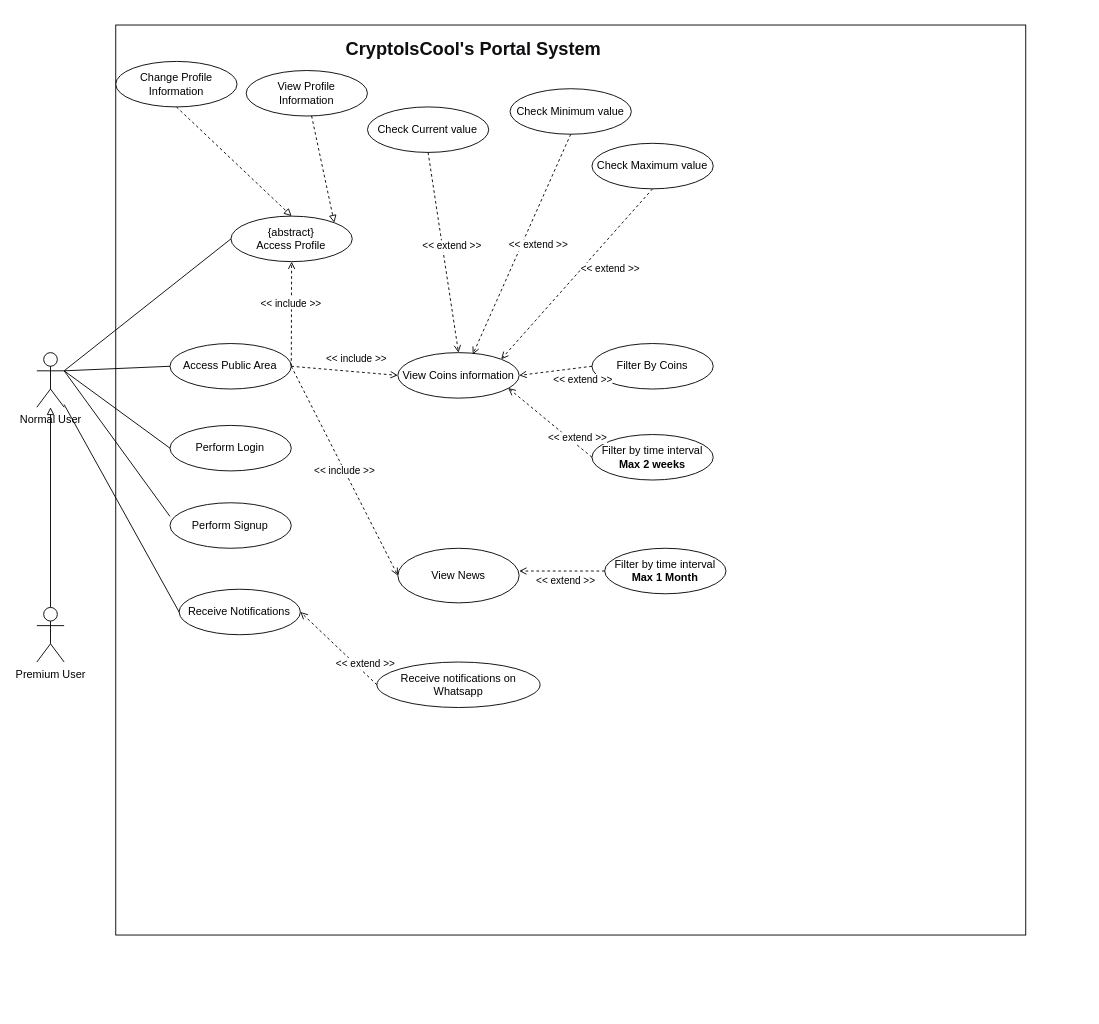
Above: Use_Case.drawio in bgabrielma/ES_Project (draw.io), before the change. Source tidied: cells renumbered, new cells numbered last; positions are measured from the earlier drawing's top-left corner, leaving out a move shared by most shapes. Both pictures are drawn from the tidied source at 91%, with x=0, y=0 at pixel (36, 25).
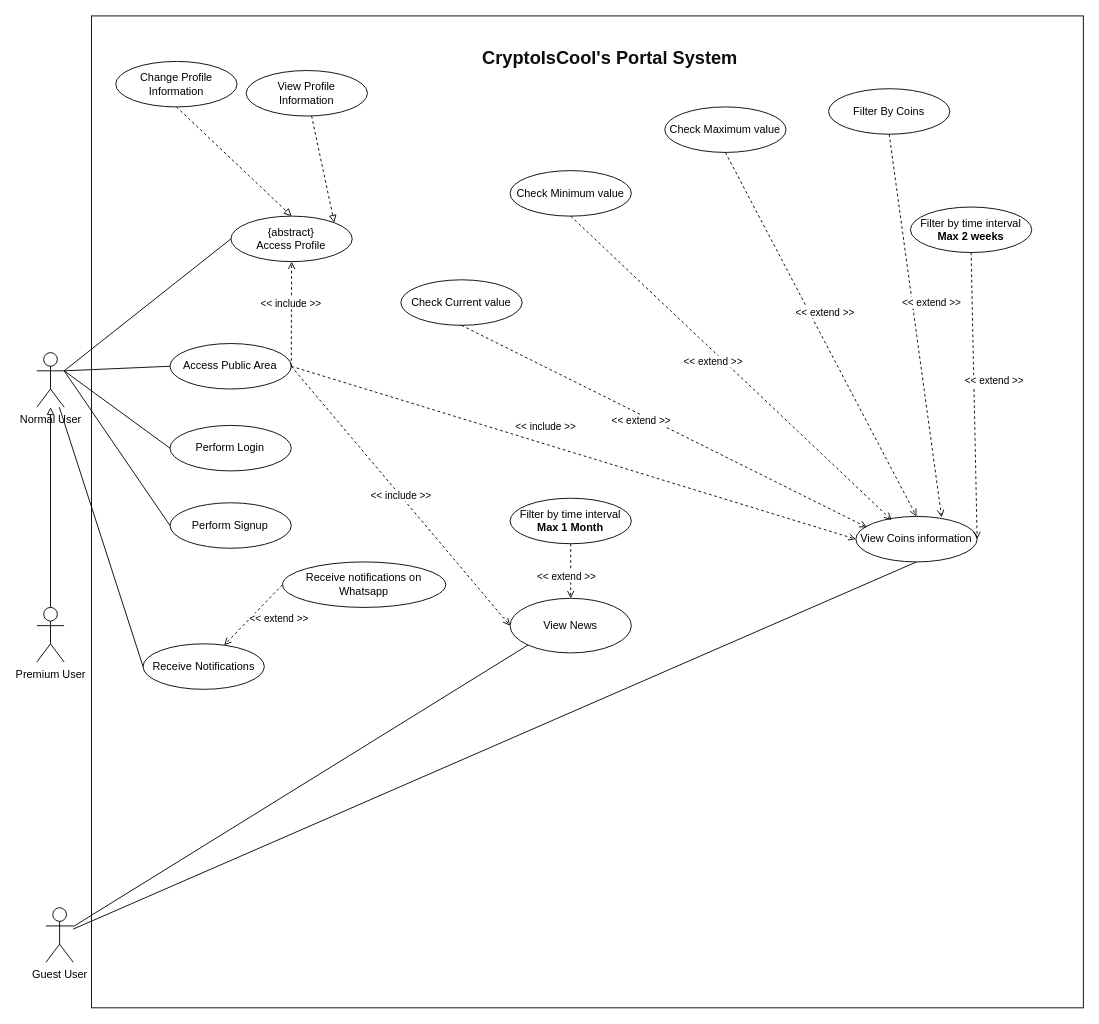
The same diagram, later.

Unchanged cells that the change refers to:
```xml
<mxCell id="3" value="Normal User" style="shape=umlActor;verticalLabelPosition=bottom;verticalAlign=top;html=1;outlineConnect=0;" parent="1" vertex="1">
  <mxGeometry y="360" width="30" height="60" as="geometry" />
</mxCell>
<mxCell id="6" value="Perform Signup" style="ellipse;whiteSpace=wrap;html=1;" parent="1" vertex="1">
  <mxGeometry x="146.3" y="525" width="133.3" height="50" as="geometry" />
</mxCell>
```

The edit, as a diff of the source:
```diff
@@
     <mxCell id="2" style="whiteSpace=wrap;html=1;fillColor=none;" parent="1" vertex="1">
-      <mxGeometry x="86.7" width="1000" height="1000" as="geometry" />
+      <mxGeometry x="60" y="-10" width="1090" height="1090" as="geometry" />
     </mxCell>
@@
     <mxCell id="10" value="View Coins information" style="ellipse;whiteSpace=wrap;html=1;" parent="1" vertex="1">
-      <mxGeometry x="396.7" y="360" width="133.3" height="50" as="geometry" />
+      <mxGeometry x="900" y="540" width="133.3" height="50" as="geometry" />
     </mxCell>
     <mxCell id="11" value="View News" style="ellipse;whiteSpace=wrap;html=1;" parent="1" vertex="1">
-      <mxGeometry x="396.7" y="575" width="133.3" height="60" as="geometry" />
+      <mxGeometry x="520" y="630" width="133.3" height="60" as="geometry" />
     </mxCell>
@@
-    <mxCell id="17" style="endArrow=none;html=1;rounded=0;exitX=1;exitY=0.3333333333333333;exitDx=0;exitDy=0;exitPerimeter=0;entryX=0;entryY=0.3;entryDx=0;entryDy=0;entryPerimeter=0;" parent="1" edge="1" source="3" target="6">
+    <mxCell id="17" style="endArrow=none;html=1;rounded=0;exitX=1;exitY=0.3333333333333333;exitDx=0;exitDy=0;exitPerimeter=0;entryX=0;entryY=0.5;entryDx=0;entryDy=0;" parent="1" edge="1" source="3" target="6">
       <mxGeometry relative="1" as="geometry" />
     </mxCell>
@@
     <mxCell id="20" value="Receive Notifications" style="ellipse;whiteSpace=wrap;html=1;" parent="1" vertex="1">
-      <mxGeometry x="156.3" y="620" width="133.3" height="50" as="geometry" />
+      <mxGeometry x="116.7" y="680" width="133.3" height="50" as="geometry" />
     </mxCell>
@@
     <mxCell id="22" value="Check Current value" style="ellipse;whiteSpace=wrap;html=1;" parent="1" vertex="1">
-      <mxGeometry x="363.3" y="90" width="133.3" height="50" as="geometry" />
+      <mxGeometry x="400" y="280" width="133.3" height="50" as="geometry" />
     </mxCell>
     <mxCell id="23" value="Check Minimum value" style="ellipse;whiteSpace=wrap;html=1;" parent="1" vertex="1">
-      <mxGeometry x="520" y="70" width="133.3" height="50" as="geometry" />
+      <mxGeometry x="520" y="160" width="133.3" height="50" as="geometry" />
     </mxCell>
     <mxCell id="24" value="Check Maximum value" style="ellipse;whiteSpace=wrap;html=1;" parent="1" vertex="1">
-      <mxGeometry x="610" y="130" width="133.3" height="50" as="geometry" />
+      <mxGeometry x="690" y="90" width="133.3" height="50" as="geometry" />
     </mxCell>
-    <mxCell id="25" style="endArrow=open;html=1;rounded=0;exitX=0.5;exitY=1;exitDx=0;exitDy=0;entryX=0.5;entryY=0;entryDx=0;entryDy=0;endFill=0;dashed=1;" parent="1" edge="1" source="22" target="10">
+    <mxCell id="25" style="endArrow=open;html=1;rounded=0;exitX=0.5;exitY=1;exitDx=0;exitDy=0;entryX=0.092;entryY=0.24;entryDx=0;entryDy=0;endFill=0;dashed=1;entryPerimeter=0;" parent="1" edge="1" source="22" target="10">
       <mxGeometry relative="1" as="geometry" />
     </mxCell>
@@
-    <mxCell id="27" style="endArrow=open;html=1;rounded=0;exitX=0.5;exitY=1;exitDx=0;exitDy=0;entryX=0.618;entryY=0.04;entryDx=0;entryDy=0;entryPerimeter=0;endFill=0;dashed=1;" parent="1" edge="1" source="23" target="10">
+    <mxCell id="27" style="endArrow=open;html=1;rounded=0;exitX=0.5;exitY=1;exitDx=0;exitDy=0;entryX=0.295;entryY=0.08;entryDx=0;entryDy=0;entryPerimeter=0;endFill=0;dashed=1;" parent="1" edge="1" source="23" target="10">
       <mxGeometry relative="1" as="geometry" />
     </mxCell>
@@
-    <mxCell id="29" style="endArrow=open;html=1;rounded=0;exitX=0.5;exitY=1;exitDx=0;exitDy=0;entryX=1;entryY=0;entryDx=0;entryDy=0;endFill=0;dashed=1;" parent="1" edge="1" source="24" target="10">
+    <mxCell id="29" style="endArrow=open;html=1;rounded=0;exitX=0.5;exitY=1;exitDx=0;exitDy=0;entryX=0.5;entryY=0;entryDx=0;entryDy=0;endFill=0;dashed=1;" parent="1" edge="1" source="24" target="10">
       <mxGeometry relative="1" as="geometry" />
     </mxCell>
@@
     <mxCell id="34" value="&lt;span id=&quot;docs-internal-guid-30094b55-7fff-c7a5-037e-d8dcce5be333&quot;&gt;&lt;span style=&quot;font-family: Arial; color: rgb(13, 14, 16); background-color: transparent; font-variant-numeric: normal; font-variant-east-asian: normal; vertical-align: baseline;&quot;&gt;&lt;b style=&quot;&quot;&gt;&lt;font style=&quot;font-size: 20px;&quot;&gt;CryptoIsCool's Portal System&lt;/font&gt;&lt;/b&gt;&lt;/span&gt;&lt;/span&gt;" style="text;html=1;strokeColor=none;fillColor=none;align=center;verticalAlign=middle;whiteSpace=wrap;rounded=0;" parent="1" vertex="1">
-      <mxGeometry x="330" y="10" width="300" height="30" as="geometry" />
+      <mxGeometry x="480" y="20" width="300" height="30" as="geometry" />
     </mxCell>
     <mxCell id="35" value="Filter By Coins" style="ellipse;whiteSpace=wrap;html=1;" parent="1" vertex="1">
-      <mxGeometry x="610" y="350" width="133.3" height="50" as="geometry" />
+      <mxGeometry x="870" y="70" width="133.3" height="50" as="geometry" />
     </mxCell>
     <mxCell id="36" value="Filter by time interval&lt;br&gt;&lt;b&gt;Max 2 weeks&lt;/b&gt;" style="ellipse;whiteSpace=wrap;html=1;" parent="1" vertex="1">
-      <mxGeometry x="610" y="450" width="133.3" height="50" as="geometry" />
+      <mxGeometry x="960" y="200" width="133.3" height="50" as="geometry" />
     </mxCell>
-    <mxCell id="37" style="endArrow=open;html=1;rounded=0;exitX=0;exitY=0.5;exitDx=0;exitDy=0;entryX=1;entryY=0.5;entryDx=0;entryDy=0;endFill=0;dashed=1;" parent="1" edge="1" source="35" target="10">
+    <mxCell id="37" style="endArrow=open;html=1;rounded=0;exitX=0.5;exitY=1;exitDx=0;exitDy=0;endFill=0;dashed=1;entryX=0.707;entryY=0.02;entryDx=0;entryDy=0;entryPerimeter=0;" parent="1" edge="1" source="35" target="10">
       <mxGeometry relative="1" as="geometry" />
     </mxCell>
@@
-    <mxCell id="39" style="endArrow=open;html=1;rounded=0;exitX=0;exitY=0.5;exitDx=0;exitDy=0;entryX=0.91;entryY=0.78;entryDx=0;entryDy=0;endFill=0;entryPerimeter=0;dashed=1;" parent="1" edge="1" source="36" target="10">
+    <mxCell id="39" style="endArrow=open;html=1;rounded=0;exitX=0.5;exitY=1;exitDx=0;exitDy=0;entryX=1;entryY=0.5;entryDx=0;entryDy=0;endFill=0;dashed=1;" parent="1" edge="1" source="36" target="10">
       <mxGeometry relative="1" as="geometry" />
     </mxCell>
@@
-    <mxCell id="43" style="endArrow=open;html=1;rounded=0;entryX=0.91;entryY=0.78;entryDx=0;entryDy=0;endFill=0;entryPerimeter=0;dashed=1;exitX=0;exitY=0.5;exitDx=0;exitDy=0;" parent="1" edge="1" source="45">
-      <mxGeometry relative="1" as="geometry">
-        <mxPoint x="530" y="600" as="targetPoint" />
-      </mxGeometry>
+    <mxCell id="43" style="endArrow=open;html=1;rounded=0;endFill=0;dashed=1;exitX=0.5;exitY=1;exitDx=0;exitDy=0;entryX=0.5;entryY=0;entryDx=0;entryDy=0;" parent="1" edge="1" source="45" target="11">
+      <mxGeometry relative="1" as="geometry" />
     </mxCell>
@@
     <mxCell id="45" value="Filter by time interval&lt;br&gt;&lt;b&gt;Max 1 Month&lt;/b&gt;" style="ellipse;whiteSpace=wrap;html=1;" parent="1" vertex="1">
-      <mxGeometry x="624" y="575" width="133.3" height="50" as="geometry" />
+      <mxGeometry x="520" y="520" width="133.3" height="50" as="geometry" />
     </mxCell>
     <mxCell id="46" value="Receive notifications on Whatsapp" style="ellipse;whiteSpace=wrap;html=1;" parent="1" vertex="1">
-      <mxGeometry x="373.7" y="700" width="179.3" height="50" as="geometry" />
+      <mxGeometry x="270" y="590" width="179.3" height="50" as="geometry" />
     </mxCell>
-    <mxCell id="47" style="endArrow=open;html=1;rounded=0;exitX=0;exitY=0.5;exitDx=0;exitDy=0;entryX=1;entryY=0.5;entryDx=0;entryDy=0;endFill=0;dashed=1;" parent="1" edge="1" source="46" target="20">
+    <mxCell id="47" style="endArrow=open;html=1;rounded=0;exitX=0;exitY=0.5;exitDx=0;exitDy=0;endFill=0;dashed=1;" parent="1" edge="1" source="46" target="20">
       <mxGeometry relative="1" as="geometry" />
     </mxCell>
@@
+    <mxCell id="49" value="Guest User" style="shape=umlActor;verticalLabelPosition=bottom;verticalAlign=top;html=1;outlineConnect=0;" parent="1" vertex="1">
+      <mxGeometry x="10" y="970" width="30" height="60" as="geometry" />
+    </mxCell>
+    <mxCell id="50" style="endArrow=none;html=1;rounded=0;entryX=0;entryY=1;entryDx=0;entryDy=0;" parent="1" edge="1" source="49" target="11">
+      <mxGeometry relative="1" as="geometry" />
+    </mxCell>
+    <mxCell id="51" style="endArrow=none;html=1;rounded=0;entryX=0.5;entryY=1;entryDx=0;entryDy=0;" parent="1" edge="1" source="49" target="10">
+      <mxGeometry relative="1" as="geometry" />
+    </mxCell>
```
